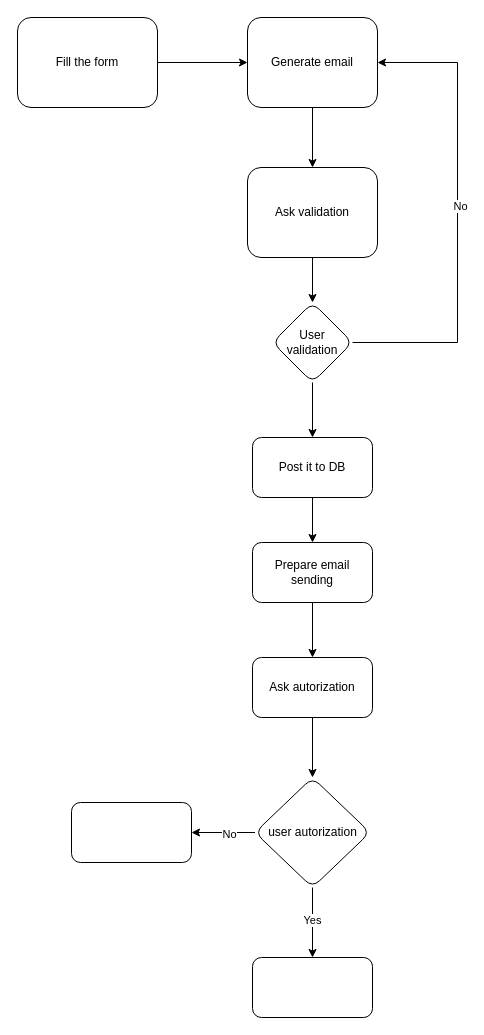
saadsgh123/AirBnB_clone keeps this draw.io diagram as page "Page-2" (2 of 2) of Diagramme sans nom.drawio. Above is the earlier version. Source tidied: cells renumbered, new cells numbered last; positions are measured from the earlier drawing's top-left corner, leaving out a move shared by most shapes. Both pictures are drawn from the tidied source at 100%, with x=0, y=0 at pixel (17, 17).
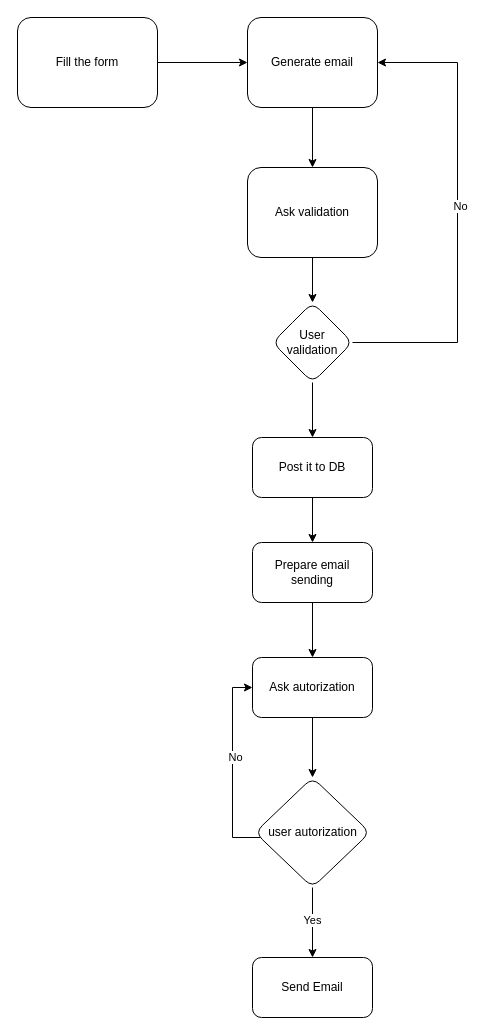
After the change.

Commit message:
Mettre à jour Diagramme sans nom.drawio

Unchanged cells that the change refers to:
```xml
<mxCell id="17" value="Ask autorization" style="whiteSpace=wrap;html=1;rounded=1;" parent="1" vertex="1">
  <mxGeometry x="235" y="640" width="120" height="60" as="geometry" />
</mxCell>
<mxCell id="22" value="user autorization" style="rhombus;whiteSpace=wrap;html=1;rounded=1;" parent="1" vertex="1">
  <mxGeometry x="237.5" y="760" width="115" height="110" as="geometry" />
</mxCell>
```

The edit, as a diff of the source:
```diff
@@
-    <mxCell id="18" style="edgeStyle=orthogonalEdgeStyle;rounded=0;jettySize=auto;html=1;" parent="1" edge="1" source="22" target="23">
-      <mxGeometry relative="1" as="geometry" />
-    </mxCell>
-    <mxCell id="19" value="No" style="edgeLabel;html=1;align=center;verticalAlign=middle;" parent="18" vertex="1">
-      <mxGeometry x="-0.19" y="1" relative="1" as="geometry" />
-    </mxCell>
@@
+    <mxCell id="25" style="edgeStyle=orthogonalEdgeStyle;rounded=0;jettySize=auto;html=1;entryX=0;entryY=0.5;entryDx=0;entryDy=0;" parent="1" edge="1" source="22" target="17">
+      <mxGeometry relative="1" as="geometry">
+        <Array as="points">
+          <mxPoint x="215" y="820" />
+          <mxPoint x="215" y="670" />
+        </Array>
+      </mxGeometry>
+    </mxCell>
+    <mxCell id="19" value="No" style="edgeLabel;html=1;align=center;verticalAlign=middle;" parent="25" vertex="1">
+      <mxGeometry x="-0.02" y="-2" relative="1" as="geometry">
+        <mxPoint y="-11" as="offset" />
+      </mxGeometry>
+    </mxCell>
@@
-    <mxCell id="23" style="whiteSpace=wrap;html=1;rounded=1;" parent="1" vertex="1">
-      <mxGeometry x="54" y="785" width="120" height="60" as="geometry" />
-    </mxCell>
-    <mxCell id="24" style="whiteSpace=wrap;html=1;rounded=1;" parent="1" vertex="1">
+    <mxCell id="24" value="Send Email" style="whiteSpace=wrap;html=1;rounded=1;" parent="1" vertex="1">
       <mxGeometry x="235" y="940" width="120" height="60" as="geometry" />
     </mxCell>
```
